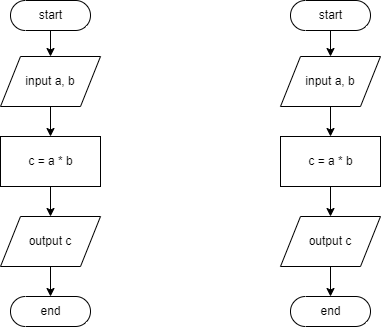
Above: homework1/task2.drawio.png in RozaBlack/algoritms (draw.io), before the change. Source tidied: cells renumbered, new cells last; positions are measured from the earlier drawing's top-left corner, leaving out a move shared by most shapes.
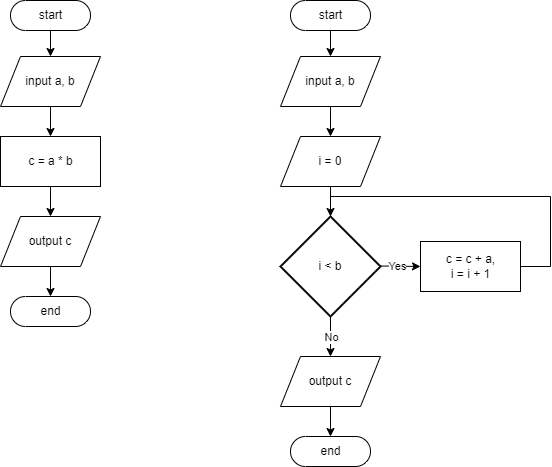
After the change.

Change to the diagram source:
```diff
@@ -35,26 +35,61 @@
     <mxCell id="12" value="input a, b" style="shape=parallelogram;perimeter=parallelogramPerimeter;whiteSpace=wrap;html=1;dashed=0;" parent="1" vertex="1">
       <mxGeometry x="280" y="56" width="100" height="50" as="geometry" />
     </mxCell>
-    <mxCell id="13" value="c = a * b" style="html=1;dashed=0;whitespace=wrap;" parent="1" vertex="1">
-      <mxGeometry x="280" y="136" width="100" height="50" as="geometry" />
+    <mxCell id="13" value="c = c + a,&lt;br&gt;i = i + 1" style="html=1;dashed=0;whitespace=wrap;" parent="1" vertex="1">
+      <mxGeometry x="420" y="241" width="100" height="50" as="geometry" />
     </mxCell>
     <mxCell id="14" value="output c" style="shape=parallelogram;perimeter=parallelogramPerimeter;whiteSpace=wrap;html=1;dashed=0;" parent="1" vertex="1">
-      <mxGeometry x="280" y="216" width="100" height="50" as="geometry" />
+      <mxGeometry x="280" y="356" width="100" height="50" as="geometry" />
     </mxCell>
     <mxCell id="15" value="end" style="html=1;dashed=0;whitespace=wrap;shape=mxgraph.dfd.start;" parent="1" vertex="1">
-      <mxGeometry x="290" y="296" width="80" height="30" as="geometry" />
+      <mxGeometry x="290" y="436" width="80" height="30" as="geometry" />
     </mxCell>
     <mxCell id="16" style="endArrow=classic;html=1;rounded=0;exitX=0.5;exitY=0.5;exitDx=0;exitDy=15;exitPerimeter=0;entryX=0.5;entryY=0;entryDx=0;entryDy=0;" parent="1" edge="1" source="11" target="12">
       <mxGeometry relative="1" as="geometry" />
     </mxCell>
-    <mxCell id="17" style="endArrow=classic;html=1;rounded=0;exitX=0.5;exitY=1;exitDx=0;exitDy=0;entryX=0.5;entryY=0;entryDx=0;entryDy=0;" parent="1" edge="1" source="12" target="13">
-      <mxGeometry relative="1" as="geometry" />
-    </mxCell>
-    <mxCell id="18" style="endArrow=classic;html=1;rounded=0;exitX=0.5;exitY=1;exitDx=0;exitDy=0;entryX=0.5;entryY=0;entryDx=0;entryDy=0;" parent="1" edge="1" source="13" target="14">
-      <mxGeometry relative="1" as="geometry" />
-    </mxCell>
+    <mxCell id="20" value="i = 0" style="shape=parallelogram;perimeter=parallelogramPerimeter;whiteSpace=wrap;html=1;dashed=0;" parent="1" vertex="1">
+      <mxGeometry x="280" y="136" width="100" height="50" as="geometry" />
+    </mxCell>
+    <mxCell id="21" value="i &amp;lt; b" style="strokeWidth=2;html=1;shape=mxgraph.flowchart.decision;whiteSpace=wrap;" parent="1" vertex="1">
+      <mxGeometry x="280" y="216" width="100" height="100" as="geometry" />
+    </mxCell>
+    <mxCell id="22" style="endArrow=classic;html=1;rounded=0;" parent="1" edge="1">
+      <mxGeometry relative="1" as="geometry">
+        <mxPoint x="380" y="265.5" as="sourcePoint" />
+        <mxPoint x="420" y="266" as="targetPoint" />
+      </mxGeometry>
+    </mxCell>
+    <mxCell id="23" value="Yes" style="edgeLabel;html=1;align=center;verticalAlign=middle;" parent="22" vertex="1">
+      <mxGeometry relative="1" as="geometry">
+        <mxPoint x="-3" as="offset" />
+      </mxGeometry>
+    </mxCell>
+    <mxCell id="24" style="endArrow=classic;html=1;rounded=0;" parent="1" edge="1">
+      <mxGeometry relative="1" as="geometry">
+        <mxPoint x="330" y="316" as="sourcePoint" />
+        <mxPoint x="330" y="356" as="targetPoint" />
+      </mxGeometry>
+    </mxCell>
+    <mxCell id="25" value="No" style="edgeLabel;html=1;align=center;verticalAlign=middle;" parent="24" vertex="1">
+      <mxGeometry relative="1" as="geometry" />
+    </mxCell>
     <mxCell id="19" style="endArrow=classic;html=1;rounded=0;exitX=0.5;exitY=1;exitDx=0;exitDy=0;entryX=0.5;entryY=0.5;entryDx=0;entryDy=-15;entryPerimeter=0;" parent="1" edge="1" source="14" target="15">
       <mxGeometry relative="1" as="geometry" />
     </mxCell>
+    <mxCell id="26" style="endArrow=classic;html=1;rounded=0;exitX=0.5;exitY=1;exitDx=0;exitDy=0;entryX=0.5;entryY=0;entryDx=0;entryDy=0;" parent="1" edge="1" source="12" target="20">
+      <mxGeometry relative="1" as="geometry" />
+    </mxCell>
+    <mxCell id="27" style="endArrow=classic;html=1;rounded=0;exitX=0.5;exitY=1;exitDx=0;exitDy=0;entryX=0.5;entryY=0;entryDx=0;entryDy=0;entryPerimeter=0;" parent="1" edge="1" source="20" target="21">
+      <mxGeometry relative="1" as="geometry" />
+    </mxCell>
+    <mxCell id="28" style="endArrow=none;html=1;rounded=0;entryX=1;entryY=0.5;entryDx=0;entryDy=0;" parent="1" edge="1" target="13">
+      <mxGeometry relative="1" as="geometry">
+        <mxPoint x="330" y="196" as="sourcePoint" />
+        <Array as="points">
+          <mxPoint x="550" y="196" />
+          <mxPoint x="550" y="266" />
+        </Array>
+      </mxGeometry>
+    </mxCell>
   </root>
 </mxGraphModel>
```
